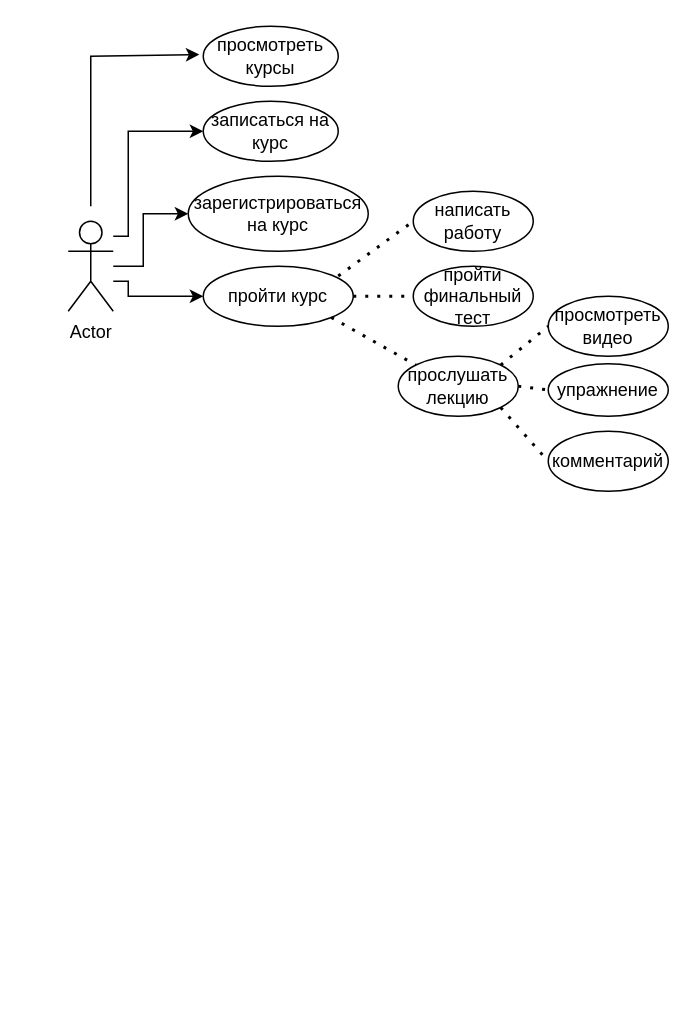
The draw.io diagram Untitled Diagram.drawio in teillina/uni, before the edit. Source tidied: cells renumbered, new cells numbered last; positions are measured from the earlier drawing's top-left corner, leaving out a move shared by most shapes. Both pictures are drawn from the tidied source at 150%, with x=0, y=0 at pixel (68, 26).
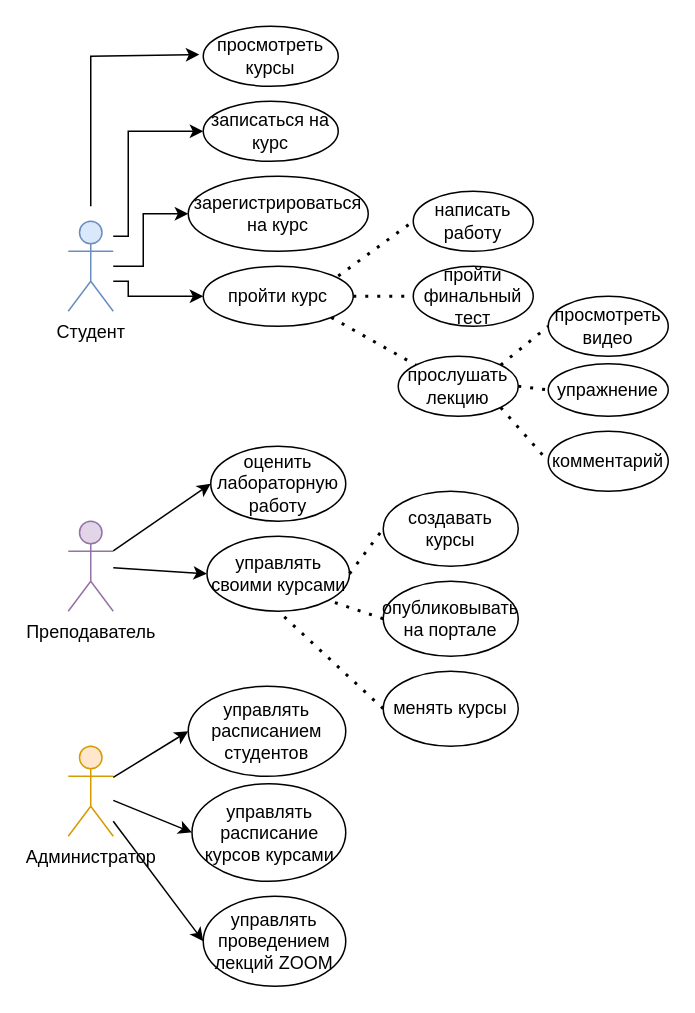
After the change.

Change to the diagram source:
```diff
@@
-    <mxCell id="5" value="Actor" style="shape=umlActor;verticalLabelPosition=bottom;verticalAlign=top;html=1;outlineConnect=0;" parent="1" vertex="1">
+    <mxCell id="5" value="Студент&lt;div&gt;&lt;br&gt;&lt;/div&gt;" style="shape=umlActor;verticalLabelPosition=bottom;verticalAlign=top;html=1;outlineConnect=0;fillColor=#dae8fc;strokeColor=#6c8ebf;" parent="1" vertex="1">
       <mxGeometry y="130" width="30" height="60" as="geometry" />
     </mxCell>
@@
+    <mxCell id="24" value="Преподаватель&lt;div&gt;&lt;br&gt;&lt;/div&gt;" style="shape=umlActor;verticalLabelPosition=bottom;verticalAlign=top;html=1;outlineConnect=0;fillColor=#e1d5e7;strokeColor=#9673a6;" parent="1" vertex="1">
+      <mxGeometry y="330" width="30" height="60" as="geometry" />
+    </mxCell>
+    <mxCell id="25" value="оценить лабораторную работу" style="ellipse;whiteSpace=wrap;html=1;" parent="1" vertex="1">
+      <mxGeometry x="95" y="280" width="90" height="50" as="geometry" />
+    </mxCell>
+    <mxCell id="26" value="управлять своими курсами" style="ellipse;whiteSpace=wrap;html=1;" parent="1" vertex="1">
+      <mxGeometry x="92.5" y="340" width="95" height="50" as="geometry" />
+    </mxCell>
+    <mxCell id="27" style="endArrow=classic;html=1;rounded=0;entryX=0;entryY=0.5;entryDx=0;entryDy=0;" parent="1" edge="1" source="24" target="25">
+      <mxGeometry relative="1" as="geometry" />
+    </mxCell>
+    <mxCell id="28" style="endArrow=classic;html=1;rounded=0;entryX=0;entryY=0.5;entryDx=0;entryDy=0;" parent="1" edge="1" source="24" target="26">
+      <mxGeometry relative="1" as="geometry" />
+    </mxCell>
+    <mxCell id="29" value="создавать курсы" style="ellipse;whiteSpace=wrap;html=1;" parent="1" vertex="1">
+      <mxGeometry x="210" y="310" width="90" height="50" as="geometry" />
+    </mxCell>
+    <mxCell id="30" value="опубликовывать на портале" style="ellipse;whiteSpace=wrap;html=1;" parent="1" vertex="1">
+      <mxGeometry x="210" y="370" width="90" height="50" as="geometry" />
+    </mxCell>
+    <mxCell id="31" value="менять курсы" style="ellipse;whiteSpace=wrap;html=1;" parent="1" vertex="1">
+      <mxGeometry x="210" y="430" width="90" height="50" as="geometry" />
+    </mxCell>
+    <mxCell id="32" style="endArrow=none;dashed=1;html=1;dashPattern=1 3;strokeWidth=2;rounded=0;exitX=1;exitY=0.5;exitDx=0;exitDy=0;entryX=0;entryY=0.5;entryDx=0;entryDy=0;" parent="1" edge="1" source="26" target="29">
+      <mxGeometry relative="1" as="geometry" />
+    </mxCell>
+    <mxCell id="33" style="endArrow=none;dashed=1;html=1;dashPattern=1 3;strokeWidth=2;rounded=0;entryX=1;entryY=1;entryDx=0;entryDy=0;exitX=0;exitY=0.5;exitDx=0;exitDy=0;" parent="1" edge="1" source="30" target="26">
+      <mxGeometry relative="1" as="geometry" />
+    </mxCell>
+    <mxCell id="34" style="endArrow=none;dashed=1;html=1;dashPattern=1 3;strokeWidth=2;rounded=0;entryX=0.5;entryY=1;entryDx=0;entryDy=0;exitX=0;exitY=0.5;exitDx=0;exitDy=0;" parent="1" edge="1" source="31" target="26">
+      <mxGeometry relative="1" as="geometry" />
+    </mxCell>
+    <mxCell id="35" value="Администратор&lt;div&gt;&lt;br&gt;&lt;/div&gt;" style="shape=umlActor;verticalLabelPosition=bottom;verticalAlign=top;html=1;outlineConnect=0;fillColor=#ffe6cc;strokeColor=#d79b00;" parent="1" vertex="1">
+      <mxGeometry y="480" width="30" height="60" as="geometry" />
+    </mxCell>
+    <mxCell id="36" value="управлять расписанием студентов" style="ellipse;whiteSpace=wrap;html=1;" parent="1" vertex="1">
+      <mxGeometry x="80" y="440" width="105" height="60" as="geometry" />
+    </mxCell>
+    <mxCell id="37" value="управлять расписание курсов курсами" style="ellipse;whiteSpace=wrap;html=1;" parent="1" vertex="1">
+      <mxGeometry x="82.5" y="505" width="102.5" height="65" as="geometry" />
+    </mxCell>
+    <mxCell id="38" value="управлять проведением лекций ZOOM" style="ellipse;whiteSpace=wrap;html=1;" parent="1" vertex="1">
+      <mxGeometry x="90" y="580" width="95" height="60" as="geometry" />
+    </mxCell>
+    <mxCell id="39" style="endArrow=classic;html=1;rounded=0;entryX=0;entryY=0.5;entryDx=0;entryDy=0;" parent="1" edge="1" source="35" target="36">
+      <mxGeometry relative="1" as="geometry" />
+    </mxCell>
+    <mxCell id="40" style="endArrow=classic;html=1;rounded=0;entryX=0;entryY=0.5;entryDx=0;entryDy=0;" parent="1" edge="1" source="35" target="37">
+      <mxGeometry relative="1" as="geometry" />
+    </mxCell>
+    <mxCell id="41" style="endArrow=classic;html=1;rounded=0;entryX=0;entryY=0.5;entryDx=0;entryDy=0;" parent="1" edge="1" source="35" target="38">
+      <mxGeometry relative="1" as="geometry" />
+    </mxCell>
```
